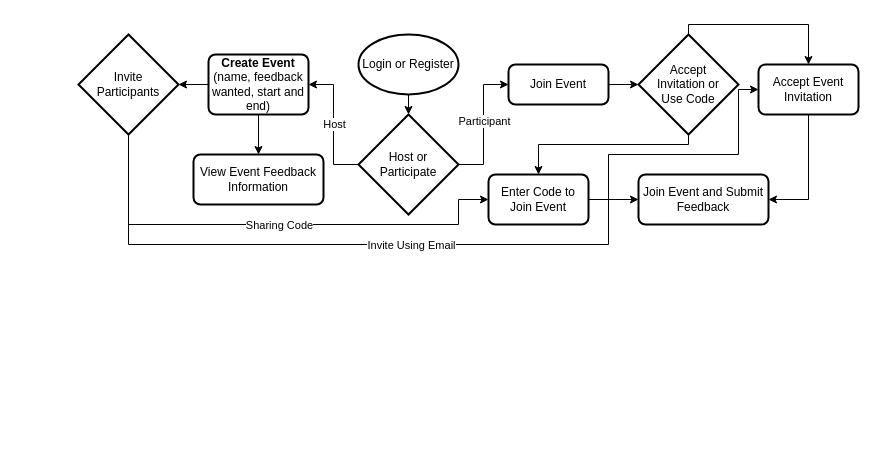
Before: Untitled Diagram.drawio in Edward-Upton/CS261-Software-Engineering, a draw.io diagram. Source tidied: cells renumbered, new cells numbered last; positions are measured from the earlier drawing's top-left corner, leaving out a move shared by most shapes. Both pictures are drawn from the tidied source at 100%, with x=0, y=0 at pixel (78, 24).
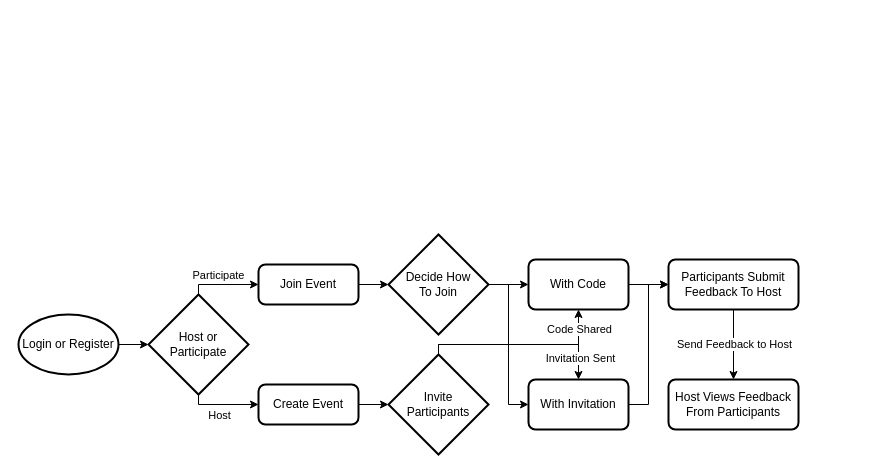
The same diagram, later.

What changed in the source:
```diff
@@
+    <mxCell id="4" style="edgeStyle=orthogonalEdgeStyle;rounded=0;jettySize=auto;html=1;entryX=0;entryY=0.5;entryDx=0;entryDy=0;" parent="1" edge="1" source="6" target="11">
+      <mxGeometry relative="1" as="geometry">
+        <Array as="points">
+          <mxPoint x="120" y="260" />
+        </Array>
+      </mxGeometry>
+    </mxCell>
+    <mxCell id="28" value="Participate" style="edgeLabel;html=1;align=center;verticalAlign=middle;" parent="4" vertex="1">
+      <mxGeometry x="-0.31" relative="1" as="geometry">
+        <mxPoint x="5.7" y="-10" as="offset" />
+      </mxGeometry>
+    </mxCell>
-    <mxCell id="2" style="edgeStyle=orthogonalEdgeStyle;rounded=0;jettySize=auto;html=1;entryX=1;entryY=0.5;entryDx=0;entryDy=0;" parent="1" edge="1" source="6" target="9">
-      <mxGeometry relative="1" as="geometry" />
+    <mxCell id="2" style="edgeStyle=orthogonalEdgeStyle;rounded=0;jettySize=auto;html=1;entryX=0;entryY=0.5;entryDx=0;entryDy=0;" parent="1" edge="1" source="6" target="9">
+      <mxGeometry relative="1" as="geometry">
+        <Array as="points">
+          <mxPoint x="120" y="380" />
+        </Array>
+      </mxGeometry>
     </mxCell>
     <mxCell id="3" value="Host" style="edgeLabel;html=1;align=center;verticalAlign=middle;" parent="2" vertex="1">
-      <mxGeometry x="-0.02" y="3" relative="1" as="geometry">
-        <mxPoint x="3" y="-2" as="offset" />
+      <mxGeometry x="0.16" y="-1" relative="1" as="geometry">
+        <mxPoint x="-10.5" y="9" as="offset" />
       </mxGeometry>
     </mxCell>
-    <mxCell id="4" style="edgeStyle=orthogonalEdgeStyle;rounded=0;jettySize=auto;html=1;entryX=0;entryY=0.5;entryDx=0;entryDy=0;" parent="1" edge="1" source="6" target="11">
-      <mxGeometry relative="1" as="geometry" />
-    </mxCell>
-    <mxCell id="5" value="Participant" style="edgeLabel;html=1;align=center;verticalAlign=middle;" parent="4" vertex="1">
-      <mxGeometry x="-0.14" y="-4" relative="1" as="geometry">
-        <mxPoint x="-4" y="-13" as="offset" />
-      </mxGeometry>
-    </mxCell>
     <mxCell id="6" value="Host or Participate" style="strokeWidth=2;html=1;shape=mxgraph.flowchart.decision;whiteSpace=wrap;" parent="1" vertex="1">
-      <mxGeometry x="280" y="90" width="100" height="100" as="geometry" />
+      <mxGeometry x="70" y="270" width="100" height="100" as="geometry" />
     </mxCell>
-    <mxCell id="7" style="edgeStyle=orthogonalEdgeStyle;rounded=0;jettySize=auto;html=1;entryX=1;entryY=0.5;entryDx=0;entryDy=0;entryPerimeter=0;" parent="1" edge="1" source="9" target="21">
+    <mxCell id="7" style="edgeStyle=orthogonalEdgeStyle;rounded=0;jettySize=auto;html=1;entryX=0;entryY=0.5;entryDx=0;entryDy=0;entryPerimeter=0;" parent="1" edge="1" source="9" target="21">
       <mxGeometry relative="1" as="geometry" />
     </mxCell>
-    <mxCell id="8" style="edgeStyle=orthogonalEdgeStyle;rounded=0;jettySize=auto;html=1;entryX=0.5;entryY=0;entryDx=0;entryDy=0;" parent="1" edge="1" source="9" target="26">
-      <mxGeometry relative="1" as="geometry" />
-    </mxCell>
-    <mxCell id="9" value="&lt;div&gt;&lt;b&gt;Create Event&lt;/b&gt;&lt;/div&gt;&lt;div&gt;(name, feedback wanted, start and end)&lt;br&gt;&lt;/div&gt;" style="rounded=1;whiteSpace=wrap;html=1;absoluteArcSize=1;arcSize=14;strokeWidth=2;" parent="1" vertex="1">
-      <mxGeometry x="130" y="30" width="100" height="60" as="geometry" />
+    <mxCell id="9" value="Create Event" style="rounded=1;whiteSpace=wrap;html=1;absoluteArcSize=1;arcSize=14;strokeWidth=2;" parent="1" vertex="1">
+      <mxGeometry x="180" y="360" width="100" height="40" as="geometry" />
     </mxCell>
-    <mxCell id="10" style="edgeStyle=orthogonalEdgeStyle;rounded=0;jettySize=auto;html=1;" parent="1" edge="1" source="11" target="16">
+    <mxCell id="10" style="edgeStyle=orthogonalEdgeStyle;rounded=0;jettySize=auto;html=1;entryX=0;entryY=0.5;entryDx=0;entryDy=0;entryPerimeter=0;" parent="1" edge="1" source="11" target="16">
       <mxGeometry relative="1" as="geometry" />
     </mxCell>
     <mxCell id="11" value="Join Event" style="rounded=1;whiteSpace=wrap;html=1;absoluteArcSize=1;arcSize=14;strokeWidth=2;" parent="1" vertex="1">
-      <mxGeometry x="430" y="40" width="100" height="40" as="geometry" />
+      <mxGeometry x="180" y="240" width="100" height="40" as="geometry" />
     </mxCell>
-    <mxCell id="12" style="edgeStyle=orthogonalEdgeStyle;rounded=0;jettySize=auto;html=1;exitX=0.5;exitY=1;exitDx=0;exitDy=0;exitPerimeter=0;entryX=0.5;entryY=0;entryDx=0;entryDy=0;entryPerimeter=0;" parent="1" edge="1" source="13" target="6">
+    <mxCell id="12" style="edgeStyle=orthogonalEdgeStyle;rounded=0;jettySize=auto;html=1;exitX=1;exitY=0.5;exitDx=0;exitDy=0;exitPerimeter=0;entryX=0;entryY=0.5;entryDx=0;entryDy=0;entryPerimeter=0;" parent="1" edge="1" source="13" target="6">
       <mxGeometry relative="1" as="geometry" />
     </mxCell>
     <mxCell id="13" value="Login or Register" style="strokeWidth=2;html=1;shape=mxgraph.flowchart.start_1;whiteSpace=wrap;" parent="1" vertex="1">
-      <mxGeometry x="280" y="10" width="100" height="60" as="geometry" />
+      <mxGeometry x="-60" y="290" width="100" height="60" as="geometry" />
     </mxCell>
-    <mxCell id="14" style="edgeStyle=orthogonalEdgeStyle;rounded=0;jettySize=auto;html=1;exitX=0.5;exitY=1;exitDx=0;exitDy=0;exitPerimeter=0;entryX=0.5;entryY=0;entryDx=0;entryDy=0;" parent="1" edge="1" source="16" target="23">
-      <mxGeometry relative="1" as="geometry">
-        <Array as="points">
-          <mxPoint x="610" y="120" />
-          <mxPoint x="460" y="120" />
-        </Array>
-      </mxGeometry>
+    <mxCell id="14" style="edgeStyle=orthogonalEdgeStyle;rounded=0;jettySize=auto;html=1;entryX=0;entryY=0.5;entryDx=0;entryDy=0;" parent="1" edge="1" source="16" target="23">
+      <mxGeometry relative="1" as="geometry" />
     </mxCell>
-    <mxCell id="15" style="edgeStyle=orthogonalEdgeStyle;rounded=0;jettySize=auto;html=1;entryX=0.5;entryY=0;entryDx=0;entryDy=0;exitX=0.5;exitY=0;exitDx=0;exitDy=0;exitPerimeter=0;" parent="1" edge="1" source="16" target="25">
-      <mxGeometry relative="1" as="geometry">
-        <Array as="points">
-          <mxPoint x="610" />
-          <mxPoint x="730" />
-        </Array>
-      </mxGeometry>
+    <mxCell id="15" style="edgeStyle=orthogonalEdgeStyle;rounded=0;jettySize=auto;html=1;entryX=0;entryY=0.5;entryDx=0;entryDy=0;" parent="1" edge="1" source="16" target="25">
+      <mxGeometry relative="1" as="geometry" />
     </mxCell>
-    <mxCell id="16" value="&lt;div align=&quot;center&quot;&gt;Accept &lt;br&gt;&lt;/div&gt;&lt;div align=&quot;center&quot;&gt;Invitation or &lt;br&gt;&lt;/div&gt;&lt;div align=&quot;center&quot;&gt;Use Code&lt;/div&gt;" style="strokeWidth=2;html=1;shape=mxgraph.flowchart.decision;whiteSpace=wrap;align=center;" parent="1" vertex="1">
-      <mxGeometry x="560" y="10" width="100" height="100" as="geometry" />
+    <mxCell id="16" value="&lt;div&gt;Decide How &lt;br&gt;&lt;/div&gt;&lt;div&gt;To Join&lt;/div&gt;" style="strokeWidth=2;html=1;shape=mxgraph.flowchart.decision;whiteSpace=wrap;align=center;" parent="1" vertex="1">
+      <mxGeometry x="310" y="210" width="100" height="100" as="geometry" />
     </mxCell>
-    <mxCell id="17" style="edgeStyle=orthogonalEdgeStyle;rounded=0;jettySize=auto;html=1;entryX=0;entryY=0.5;entryDx=0;entryDy=0;exitX=0.5;exitY=1;exitDx=0;exitDy=0;exitPerimeter=0;" parent="1" edge="1" source="21" target="23">
+    <mxCell id="17" style="edgeStyle=orthogonalEdgeStyle;rounded=0;jettySize=auto;html=1;entryX=0.5;entryY=1;entryDx=0;entryDy=0;exitX=0.5;exitY=0;exitDx=0;exitDy=0;exitPerimeter=0;" parent="1" edge="1" source="21" target="23">
       <mxGeometry relative="1" as="geometry">
         <Array as="points">
-          <mxPoint x="50" y="200" />
-          <mxPoint x="380" y="200" />
-          <mxPoint x="380" y="175" />
+          <mxPoint x="360" y="320" />
+          <mxPoint x="500" y="320" />
         </Array>
       </mxGeometry>
     </mxCell>
-    <mxCell id="18" value="Sharing Code" style="edgeLabel;html=1;align=center;verticalAlign=middle;" parent="17" vertex="1">
-      <mxGeometry x="0.03" y="3" relative="1" as="geometry">
-        <mxPoint x="-5" y="3" as="offset" />
-      </mxGeometry>
-    </mxCell>
+    <mxCell id="29" value="Code Shared" style="edgeLabel;html=1;align=center;verticalAlign=middle;" parent="17" vertex="1">
+      <mxGeometry x="0.79" relative="1" as="geometry" />
+    </mxCell>
-    <mxCell id="19" style="edgeStyle=orthogonalEdgeStyle;rounded=0;jettySize=auto;html=1;entryX=0;entryY=0.5;entryDx=0;entryDy=0;exitX=0.5;exitY=1;exitDx=0;exitDy=0;exitPerimeter=0;" parent="1" edge="1" source="21" target="25">
+    <mxCell id="19" style="edgeStyle=orthogonalEdgeStyle;rounded=0;jettySize=auto;html=1;entryX=0.5;entryY=0;entryDx=0;entryDy=0;exitX=0.5;exitY=0;exitDx=0;exitDy=0;exitPerimeter=0;" parent="1" edge="1" source="21" target="25">
       <mxGeometry relative="1" as="geometry">
         <Array as="points">
-          <mxPoint x="50" y="220" />
-          <mxPoint x="530" y="220" />
-          <mxPoint x="530" y="130" />
-          <mxPoint x="660" y="130" />
-          <mxPoint x="660" y="65" />
+          <mxPoint x="360" y="320" />
+          <mxPoint x="500" y="320" />
         </Array>
       </mxGeometry>
     </mxCell>
-    <mxCell id="20" value="&lt;div&gt;Invite Using Email&lt;/div&gt;" style="edgeLabel;html=1;align=center;verticalAlign=middle;" parent="19" vertex="1">
-      <mxGeometry x="-0.01" relative="1" as="geometry">
-        <mxPoint x="-50.8" as="offset" />
-      </mxGeometry>
-    </mxCell>
+    <mxCell id="30" value="Invitation Sent" style="edgeLabel;html=1;align=center;verticalAlign=middle;" parent="19" vertex="1">
+      <mxGeometry x="0.76" y="1" relative="1" as="geometry" />
+    </mxCell>
     <mxCell id="21" value="&lt;div&gt;Invite &lt;br&gt;&lt;/div&gt;&lt;div&gt;Participants&lt;/div&gt;" style="strokeWidth=2;html=1;shape=mxgraph.flowchart.decision;whiteSpace=wrap;" parent="1" vertex="1">
-      <mxGeometry y="10" width="100" height="100" as="geometry" />
+      <mxGeometry x="310" y="330" width="100" height="100" as="geometry" />
     </mxCell>
@@
-    <mxCell id="23" value="Enter Code to Join Event" style="rounded=1;whiteSpace=wrap;html=1;absoluteArcSize=1;arcSize=14;strokeWidth=2;" parent="1" vertex="1">
-      <mxGeometry x="410" y="150" width="100" height="50" as="geometry" />
+    <mxCell id="23" value="With Code" style="rounded=1;whiteSpace=wrap;html=1;absoluteArcSize=1;arcSize=14;strokeWidth=2;" parent="1" vertex="1">
+      <mxGeometry x="450" y="235" width="100" height="50" as="geometry" />
     </mxCell>
-    <mxCell id="24" style="edgeStyle=orthogonalEdgeStyle;rounded=0;jettySize=auto;html=1;entryX=1;entryY=0.5;entryDx=0;entryDy=0;" parent="1" edge="1" source="25" target="27">
+    <mxCell id="24" style="edgeStyle=orthogonalEdgeStyle;rounded=0;jettySize=auto;html=1;entryX=0;entryY=0.5;entryDx=0;entryDy=0;" parent="1" edge="1" source="25" target="27">
       <mxGeometry relative="1" as="geometry" />
     </mxCell>
-    <mxCell id="25" value="Accept Event Invitation" style="rounded=1;whiteSpace=wrap;html=1;absoluteArcSize=1;arcSize=14;strokeWidth=2;" parent="1" vertex="1">
-      <mxGeometry x="680" y="40" width="100" height="50" as="geometry" />
+    <mxCell id="25" value="With Invitation" style="rounded=1;whiteSpace=wrap;html=1;absoluteArcSize=1;arcSize=14;strokeWidth=2;" parent="1" vertex="1">
+      <mxGeometry x="450" y="355" width="100" height="50" as="geometry" />
     </mxCell>
-    <mxCell id="26" value="View Event Feedback Information" style="rounded=1;whiteSpace=wrap;html=1;absoluteArcSize=1;arcSize=14;strokeWidth=2;" parent="1" vertex="1">
-      <mxGeometry x="115" y="130" width="130" height="50" as="geometry" />
-    </mxCell>
+    <mxCell id="31" style="edgeStyle=orthogonalEdgeStyle;rounded=0;jettySize=auto;html=1;entryX=0.5;entryY=0;entryDx=0;entryDy=0;" parent="1" edge="1" source="27" target="33">
+      <mxGeometry relative="1" as="geometry" />
+    </mxCell>
+    <mxCell id="32" value="Send Feedback to Host" style="edgeLabel;html=1;align=center;verticalAlign=middle;" parent="31" vertex="1">
+      <mxGeometry x="-0.33" relative="1" as="geometry">
+        <mxPoint y="11.6" as="offset" />
+      </mxGeometry>
+    </mxCell>
-    <mxCell id="27" value="Join Event and Submit Feedback" style="rounded=1;whiteSpace=wrap;html=1;absoluteArcSize=1;arcSize=14;strokeWidth=2;" parent="1" vertex="1">
-      <mxGeometry x="560" y="150" width="130" height="50" as="geometry" />
+    <mxCell id="27" value="Participants Submit Feedback To Host" style="rounded=1;whiteSpace=wrap;html=1;absoluteArcSize=1;arcSize=14;strokeWidth=2;" parent="1" vertex="1">
+      <mxGeometry x="590" y="235" width="130" height="50" as="geometry" />
     </mxCell>
+    <mxCell id="33" value="Host Views Feedback From Participants" style="rounded=1;whiteSpace=wrap;html=1;absoluteArcSize=1;arcSize=14;strokeWidth=2;" parent="1" vertex="1">
+      <mxGeometry x="590" y="355" width="130" height="50" as="geometry" />
+    </mxCell>
```
